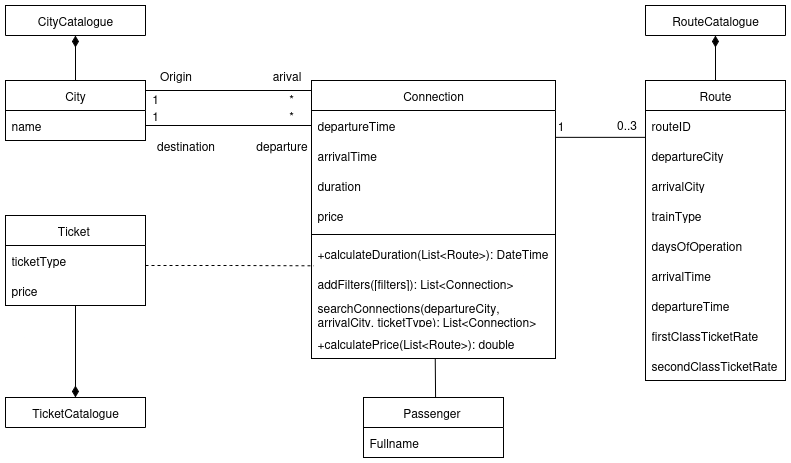
Above: Iteration1/Artifacts/Class_Diagram.png in JA-WRI/Train-Connection-Finder (draw.io), before the change. Source tidied: cells renumbered, new cells last; positions are measured from the earlier drawing's top-left corner, leaving out a move shared by most shapes.
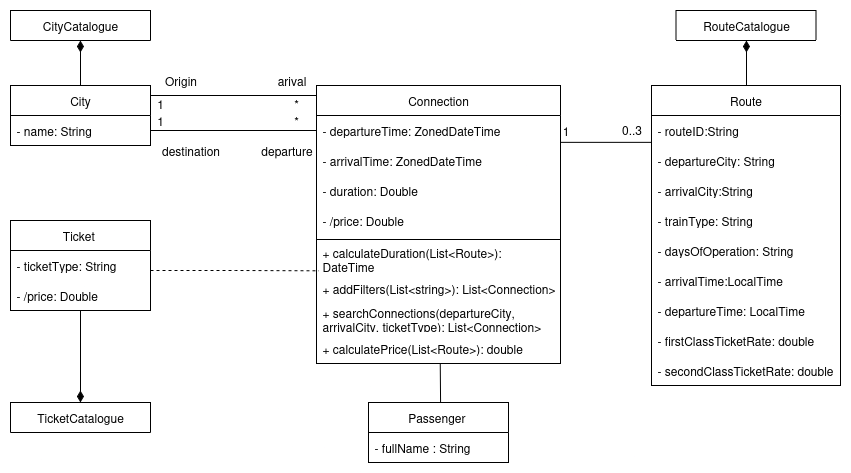
The same diagram one commit later.

Commit message:
Add corrected Domain Model and Class Diagram

The edit, as a diff of the source:
```diff
@@ -8,7 +8,7 @@
     <mxCell id="3" value="City" style="swimlane;fontStyle=0;horizontal=1;startSize=30;whiteSpace=wrap;html=1;" parent="1" vertex="1">
       <mxGeometry y="75" width="140" height="60" as="geometry" />
     </mxCell>
-    <mxCell id="4" value="name" style="text;strokeColor=none;fillColor=none;align=left;verticalAlign=middle;spacingLeft=4;spacingRight=4;overflow=hidden;points=[[0,0.5],[1,0.5]];portConstraint=eastwest;whiteSpace=wrap;html=1;" parent="3" vertex="1">
+    <mxCell id="4" value="- name: String" style="text;strokeColor=none;fillColor=none;align=left;verticalAlign=middle;spacingLeft=4;spacingRight=4;overflow=hidden;points=[[0,0.5],[1,0.5]];portConstraint=eastwest;whiteSpace=wrap;html=1;" parent="3" vertex="1">
       <mxGeometry y="30" width="140" height="30" as="geometry" />
     </mxCell>
     <mxCell id="5" value="CityCatalogue" style="swimlane;fontStyle=0;horizontal=1;startSize=30;whiteSpace=wrap;html=1;" parent="1" vertex="1">
@@ -20,40 +20,40 @@
     <mxCell id="7" value="Ticket&amp;nbsp;" style="swimlane;fontStyle=0;horizontal=1;startSize=30;whiteSpace=wrap;html=1;" parent="1" vertex="1">
       <mxGeometry y="210" width="140" height="90" as="geometry" />
     </mxCell>
-    <mxCell id="8" value="ticketType" style="text;strokeColor=none;fillColor=none;align=left;verticalAlign=middle;spacingLeft=4;spacingRight=4;overflow=hidden;whiteSpace=wrap;html=1;" parent="7" vertex="1">
+    <mxCell id="8" value="- ticketType: String" style="text;strokeColor=none;fillColor=none;align=left;verticalAlign=middle;spacingLeft=4;spacingRight=4;overflow=hidden;whiteSpace=wrap;html=1;" parent="7" vertex="1">
       <mxGeometry y="30" width="140" height="30" as="geometry" />
     </mxCell>
-    <mxCell id="9" value="price" style="text;strokeColor=none;fillColor=none;align=left;verticalAlign=middle;spacingLeft=4;spacingRight=4;overflow=hidden;whiteSpace=wrap;html=1;" parent="7" vertex="1">
+    <mxCell id="9" value="- /price: Double" style="text;strokeColor=none;fillColor=none;align=left;verticalAlign=middle;spacingLeft=4;spacingRight=4;overflow=hidden;whiteSpace=wrap;html=1;" parent="7" vertex="1">
       <mxGeometry y="60" width="140" height="30" as="geometry" />
     </mxCell>
     <mxCell id="10" value="Connection" style="swimlane;fontStyle=0;horizontal=1;startSize=30;whiteSpace=wrap;html=1;" parent="1" vertex="1">
       <mxGeometry x="306" y="75" width="244" height="278" as="geometry" />
     </mxCell>
-    <mxCell id="11" value="departureTime" style="text;strokeColor=none;fillColor=none;align=left;verticalAlign=middle;spacingLeft=4;spacingRight=4;overflow=hidden;points=[[0,0.5],[1,0.5]];portConstraint=eastwest;whiteSpace=wrap;html=1;" parent="10" vertex="1">
+    <mxCell id="11" value="- departureTime:&amp;nbsp;ZonedDateTime" style="text;strokeColor=none;fillColor=none;align=left;verticalAlign=middle;spacingLeft=4;spacingRight=4;overflow=hidden;points=[[0,0.5],[1,0.5]];portConstraint=eastwest;whiteSpace=wrap;html=1;" parent="10" vertex="1">
       <mxGeometry y="30" width="244" height="30" as="geometry" />
     </mxCell>
-    <mxCell id="12" value="arrivalTime" style="text;strokeColor=none;fillColor=none;align=left;verticalAlign=middle;spacingLeft=4;spacingRight=4;overflow=hidden;whiteSpace=wrap;html=1;" parent="10" vertex="1">
+    <mxCell id="12" value="- arrivalTime:&amp;nbsp;ZonedDateTime" style="text;strokeColor=none;fillColor=none;align=left;verticalAlign=middle;spacingLeft=4;spacingRight=4;overflow=hidden;whiteSpace=wrap;html=1;" parent="10" vertex="1">
       <mxGeometry y="60" width="244" height="30" as="geometry" />
     </mxCell>
-    <mxCell id="13" value="duration" style="text;strokeColor=none;fillColor=none;align=left;verticalAlign=middle;spacingLeft=4;spacingRight=4;overflow=hidden;whiteSpace=wrap;html=1;" parent="10" vertex="1">
+    <mxCell id="13" value="- duration: Double" style="text;strokeColor=none;fillColor=none;align=left;verticalAlign=middle;spacingLeft=4;spacingRight=4;overflow=hidden;whiteSpace=wrap;html=1;" parent="10" vertex="1">
       <mxGeometry y="90" width="244" height="30" as="geometry" />
     </mxCell>
-    <mxCell id="14" value="price" style="text;strokeColor=none;fillColor=none;align=left;verticalAlign=middle;spacingLeft=4;spacingRight=4;overflow=hidden;whiteSpace=wrap;html=1;" parent="10" vertex="1">
+    <mxCell id="14" value="- /price: Double&amp;nbsp;" style="text;strokeColor=none;fillColor=none;align=left;verticalAlign=middle;spacingLeft=4;spacingRight=4;overflow=hidden;whiteSpace=wrap;html=1;" parent="10" vertex="1">
       <mxGeometry y="120" width="244" height="30" as="geometry" />
     </mxCell>
     <mxCell id="15" style="line;strokeWidth=1;fillColor=none;align=left;verticalAlign=middle;spacingTop=-1;spacingLeft=3;spacingRight=3;labelPosition=right;strokeColor=inherit;" parent="10" vertex="1">
       <mxGeometry y="150" width="244" height="8" as="geometry" />
     </mxCell>
-    <mxCell id="16" value="+calculateDuration(List&amp;lt;Route&amp;gt;): DateTime" style="text;strokeColor=none;fillColor=none;align=left;verticalAlign=middle;spacingLeft=4;spacingRight=4;overflow=hidden;whiteSpace=wrap;html=1;" parent="10" vertex="1">
+    <mxCell id="16" value="+ calculateDuration(List&amp;lt;Route&amp;gt;): DateTime" style="text;strokeColor=none;fillColor=none;align=left;verticalAlign=middle;spacingLeft=4;spacingRight=4;overflow=hidden;whiteSpace=wrap;html=1;" parent="10" vertex="1">
       <mxGeometry y="158" width="244" height="30" as="geometry" />
     </mxCell>
-    <mxCell id="17" value="&lt;span style=&quot;text-align: center;&quot;&gt;addFilters([filters]): List&amp;lt;Connection&amp;gt;&lt;/span&gt;" style="text;strokeColor=none;fillColor=none;align=left;verticalAlign=middle;spacingLeft=4;spacingRight=4;overflow=hidden;whiteSpace=wrap;html=1;" parent="10" vertex="1">
+    <mxCell id="17" value="&lt;span style=&quot;text-align: center;&quot;&gt;+ addFilters(List&amp;lt;string&amp;gt;): List&amp;lt;Connection&amp;gt;&lt;/span&gt;" style="text;strokeColor=none;fillColor=none;align=left;verticalAlign=middle;spacingLeft=4;spacingRight=4;overflow=hidden;whiteSpace=wrap;html=1;" parent="10" vertex="1">
       <mxGeometry y="188" width="244" height="30" as="geometry" />
     </mxCell>
-    <mxCell id="18" value="&lt;span style=&quot;text-align: center;&quot;&gt;searchConnections(departureCity, arrivalCity, ticketType): List&amp;lt;Connection&amp;gt;&lt;/span&gt;" style="text;strokeColor=none;fillColor=none;align=left;verticalAlign=middle;spacingLeft=4;spacingRight=4;overflow=hidden;whiteSpace=wrap;html=1;" parent="10" vertex="1">
+    <mxCell id="18" value="&lt;span style=&quot;text-align: center;&quot;&gt;+ searchConnections(departureCity, arrivalCity, ticketType): List&amp;lt;Connection&amp;gt;&lt;/span&gt;" style="text;strokeColor=none;fillColor=none;align=left;verticalAlign=middle;spacingLeft=4;spacingRight=4;overflow=hidden;whiteSpace=wrap;html=1;" parent="10" vertex="1">
       <mxGeometry y="218" width="244" height="30" as="geometry" />
     </mxCell>
-    <mxCell id="19" value="+calculatePrice(List&amp;lt;Route&amp;gt;): double" style="text;strokeColor=none;fillColor=none;align=left;verticalAlign=middle;spacingLeft=4;spacingRight=4;overflow=hidden;points=[[0,0.5],[1,0.5]];portConstraint=eastwest;whiteSpace=wrap;html=1;" parent="10" vertex="1">
+    <mxCell id="19" value="+ calculatePrice(List&amp;lt;Route&amp;gt;): double" style="text;strokeColor=none;fillColor=none;align=left;verticalAlign=middle;spacingLeft=4;spacingRight=4;overflow=hidden;points=[[0,0.5],[1,0.5]];portConstraint=eastwest;whiteSpace=wrap;html=1;" parent="10" vertex="1">
       <mxGeometry y="248" width="244" height="30" as="geometry" />
     </mxCell>
     <mxCell id="20" value="Origin" style="text;html=1;align=center;verticalAlign=middle;strokeColor=none;fillColor=none;" parent="1" vertex="1">
@@ -71,38 +71,38 @@
     <mxCell id="24" value="Passenger&amp;nbsp;" style="swimlane;fontStyle=0;horizontal=1;startSize=30;whiteSpace=wrap;html=1;" parent="1" vertex="1">
       <mxGeometry x="358" y="392" width="140" height="60" as="geometry" />
     </mxCell>
-    <mxCell id="25" value="Fullname&amp;nbsp;" style="text;strokeColor=none;fillColor=none;align=left;verticalAlign=middle;spacingLeft=4;spacingRight=4;overflow=hidden;whiteSpace=wrap;html=1;" parent="24" vertex="1">
+    <mxCell id="25" value="- fullName : String" style="text;strokeColor=none;fillColor=none;align=left;verticalAlign=middle;spacingLeft=4;spacingRight=4;overflow=hidden;whiteSpace=wrap;html=1;" parent="24" vertex="1">
       <mxGeometry y="30" width="140" height="30" as="geometry" />
     </mxCell>
     <mxCell id="26" value="Route" style="swimlane;fontStyle=0;horizontal=1;startSize=30;whiteSpace=wrap;html=1;" parent="1" vertex="1">
-      <mxGeometry x="640" y="75" width="140" height="300" as="geometry" />
+      <mxGeometry x="641" y="75" width="189" height="300" as="geometry" />
     </mxCell>
-    <mxCell id="27" value="routeID" style="text;strokeColor=none;fillColor=none;align=left;verticalAlign=middle;spacingLeft=4;spacingRight=4;overflow=hidden;points=[[0,0.5],[1,0.5]];portConstraint=eastwest;whiteSpace=wrap;html=1;" parent="26" vertex="1">
-      <mxGeometry y="30" width="140" height="30" as="geometry" />
+    <mxCell id="27" value="- routeID:String" style="text;strokeColor=none;fillColor=none;align=left;verticalAlign=middle;spacingLeft=4;spacingRight=4;overflow=hidden;points=[[0,0.5],[1,0.5]];portConstraint=eastwest;whiteSpace=wrap;html=1;" parent="26" vertex="1">
+      <mxGeometry y="30" width="189" height="30" as="geometry" />
     </mxCell>
-    <mxCell id="28" value="departureCity" style="text;strokeColor=none;fillColor=none;align=left;verticalAlign=middle;spacingLeft=4;spacingRight=4;overflow=hidden;whiteSpace=wrap;html=1;" parent="26" vertex="1">
-      <mxGeometry y="60" width="140" height="30" as="geometry" />
+    <mxCell id="28" value="- departureCity: String" style="text;strokeColor=none;fillColor=none;align=left;verticalAlign=middle;spacingLeft=4;spacingRight=4;overflow=hidden;whiteSpace=wrap;html=1;" parent="26" vertex="1">
+      <mxGeometry y="60" width="189" height="30" as="geometry" />
     </mxCell>
-    <mxCell id="29" value="arrivalCity" style="text;strokeColor=none;fillColor=none;align=left;verticalAlign=middle;spacingLeft=4;spacingRight=4;overflow=hidden;whiteSpace=wrap;html=1;" parent="26" vertex="1">
-      <mxGeometry y="90" width="140" height="30" as="geometry" />
+    <mxCell id="29" value="- arrivalCity:String" style="text;strokeColor=none;fillColor=none;align=left;verticalAlign=middle;spacingLeft=4;spacingRight=4;overflow=hidden;whiteSpace=wrap;html=1;" parent="26" vertex="1">
+      <mxGeometry y="90" width="189" height="30" as="geometry" />
     </mxCell>
-    <mxCell id="30" value="trainType" style="text;strokeColor=none;fillColor=none;align=left;verticalAlign=middle;spacingLeft=4;spacingRight=4;overflow=hidden;whiteSpace=wrap;html=1;" parent="26" vertex="1">
-      <mxGeometry y="120" width="140" height="30" as="geometry" />
+    <mxCell id="30" value="- trainType: String" style="text;strokeColor=none;fillColor=none;align=left;verticalAlign=middle;spacingLeft=4;spacingRight=4;overflow=hidden;whiteSpace=wrap;html=1;" parent="26" vertex="1">
+      <mxGeometry y="120" width="189" height="30" as="geometry" />
     </mxCell>
-    <mxCell id="31" value="daysOfOperation" style="text;strokeColor=none;fillColor=none;align=left;verticalAlign=middle;spacingLeft=4;spacingRight=4;overflow=hidden;whiteSpace=wrap;html=1;" parent="26" vertex="1">
-      <mxGeometry y="150" width="140" height="30" as="geometry" />
+    <mxCell id="31" value="- daysOfOperation: String" style="text;strokeColor=none;fillColor=none;align=left;verticalAlign=middle;spacingLeft=4;spacingRight=4;overflow=hidden;whiteSpace=wrap;html=1;" parent="26" vertex="1">
+      <mxGeometry y="150" width="189" height="30" as="geometry" />
     </mxCell>
-    <mxCell id="32" value="arrivalTime" style="text;strokeColor=none;fillColor=none;align=left;verticalAlign=middle;spacingLeft=4;spacingRight=4;overflow=hidden;whiteSpace=wrap;html=1;" parent="26" vertex="1">
-      <mxGeometry y="180" width="140" height="30" as="geometry" />
+    <mxCell id="32" value="- arrivalTime:LocalTime" style="text;strokeColor=none;fillColor=none;align=left;verticalAlign=middle;spacingLeft=4;spacingRight=4;overflow=hidden;whiteSpace=wrap;html=1;" parent="26" vertex="1">
+      <mxGeometry y="180" width="189" height="30" as="geometry" />
     </mxCell>
-    <mxCell id="33" value="departureTime" style="text;strokeColor=none;fillColor=none;align=left;verticalAlign=middle;spacingLeft=4;spacingRight=4;overflow=hidden;whiteSpace=wrap;html=1;" parent="26" vertex="1">
-      <mxGeometry y="210" width="140" height="30" as="geometry" />
+    <mxCell id="33" value="- departureTime: LocalTime" style="text;strokeColor=none;fillColor=none;align=left;verticalAlign=middle;spacingLeft=4;spacingRight=4;overflow=hidden;whiteSpace=wrap;html=1;" parent="26" vertex="1">
+      <mxGeometry y="210" width="189" height="30" as="geometry" />
     </mxCell>
-    <mxCell id="34" value="firstClassTicketRate" style="text;strokeColor=none;fillColor=none;align=left;verticalAlign=middle;spacingLeft=4;spacingRight=4;overflow=hidden;whiteSpace=wrap;html=1;" parent="26" vertex="1">
-      <mxGeometry y="240" width="140" height="30" as="geometry" />
+    <mxCell id="34" value="- firstClassTicketRate: double" style="text;strokeColor=none;fillColor=none;align=left;verticalAlign=middle;spacingLeft=4;spacingRight=4;overflow=hidden;whiteSpace=wrap;html=1;" parent="26" vertex="1">
+      <mxGeometry y="240" width="189" height="30" as="geometry" />
     </mxCell>
-    <mxCell id="35" value="secondClassTicketRate" style="text;strokeColor=none;fillColor=none;align=left;verticalAlign=middle;spacingLeft=4;spacingRight=4;overflow=hidden;whiteSpace=wrap;html=1;" parent="26" vertex="1">
-      <mxGeometry y="270" width="140" height="30" as="geometry" />
+    <mxCell id="35" value="- secondClassTicketRate: double" style="text;strokeColor=none;fillColor=none;align=left;verticalAlign=middle;spacingLeft=4;spacingRight=4;overflow=hidden;whiteSpace=wrap;html=1;" parent="26" vertex="1">
+      <mxGeometry y="270" width="189" height="30" as="geometry" />
     </mxCell>
     <mxCell id="36" style="endArrow=none;html=1;rounded=0;entryX=0;entryY=0.895;entryDx=0;entryDy=0;entryPerimeter=0;exitX=0.999;exitY=0.895;exitDx=0;exitDy=0;exitPerimeter=0;" parent="1" edge="1" source="11" target="27">
       <mxGeometry relative="1" as="geometry" />
@@ -114,7 +114,7 @@
       <mxGeometry x="256" y="78" width="60" height="30" as="geometry" />
     </mxCell>
     <mxCell id="39" value="RouteCatalogue" style="swimlane;fontStyle=0;horizontal=1;startSize=30;whiteSpace=wrap;html=1;" parent="1" vertex="1">
-      <mxGeometry x="640" width="140" height="30" as="geometry" />
+      <mxGeometry x="665.5" width="140" height="30" as="geometry" />
     </mxCell>
     <mxCell id="40" value="1" style="text;html=1;align=center;verticalAlign=middle;whiteSpace=wrap;rounded=0;" parent="1" vertex="1">
       <mxGeometry x="120" y="78" width="60" height="30" as="geometry" />
@@ -157,8 +157,8 @@
     </mxCell>
     <mxCell id="49" style="edgeStyle=orthogonalEdgeStyle;rounded=0;orthogonalLoop=1;jettySize=auto;html=1;entryX=0.5;entryY=1;entryDx=0;entryDy=0;endArrow=diamondThin;endFill=1;endSize=9;" parent="1" edge="1">
       <mxGeometry relative="1" as="geometry">
-        <mxPoint x="744" y="75" as="sourcePoint" />
-        <mxPoint x="710" y="30" as="targetPoint" />
+        <mxPoint x="770" y="75" as="sourcePoint" />
+        <mxPoint x="736" y="30" as="targetPoint" />
       </mxGeometry>
     </mxCell>
   </root>
```
